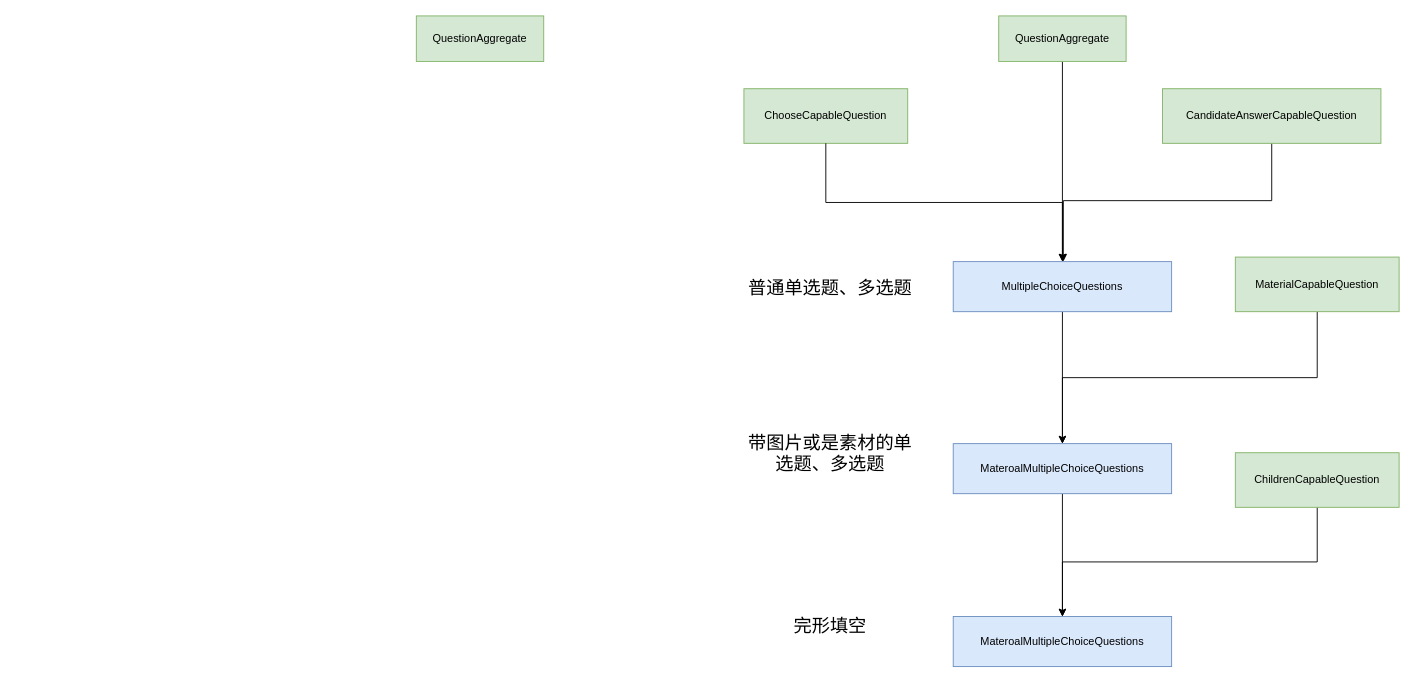
WochiB70/JavaLearningPlatform keeps this draw.io diagram as page "第 2 页" (2 of 2) of docs/DDD-example/考试系统DDD建模.drawio. Above is the earlier version. Source tidied: cells renumbered, new cells numbered last; positions are measured from the earlier drawing's top-left corner, leaving out a move shared by most shapes. Both pictures are drawn from the tidied source at 91%, with x=0, y=0 at pixel (416, 15).
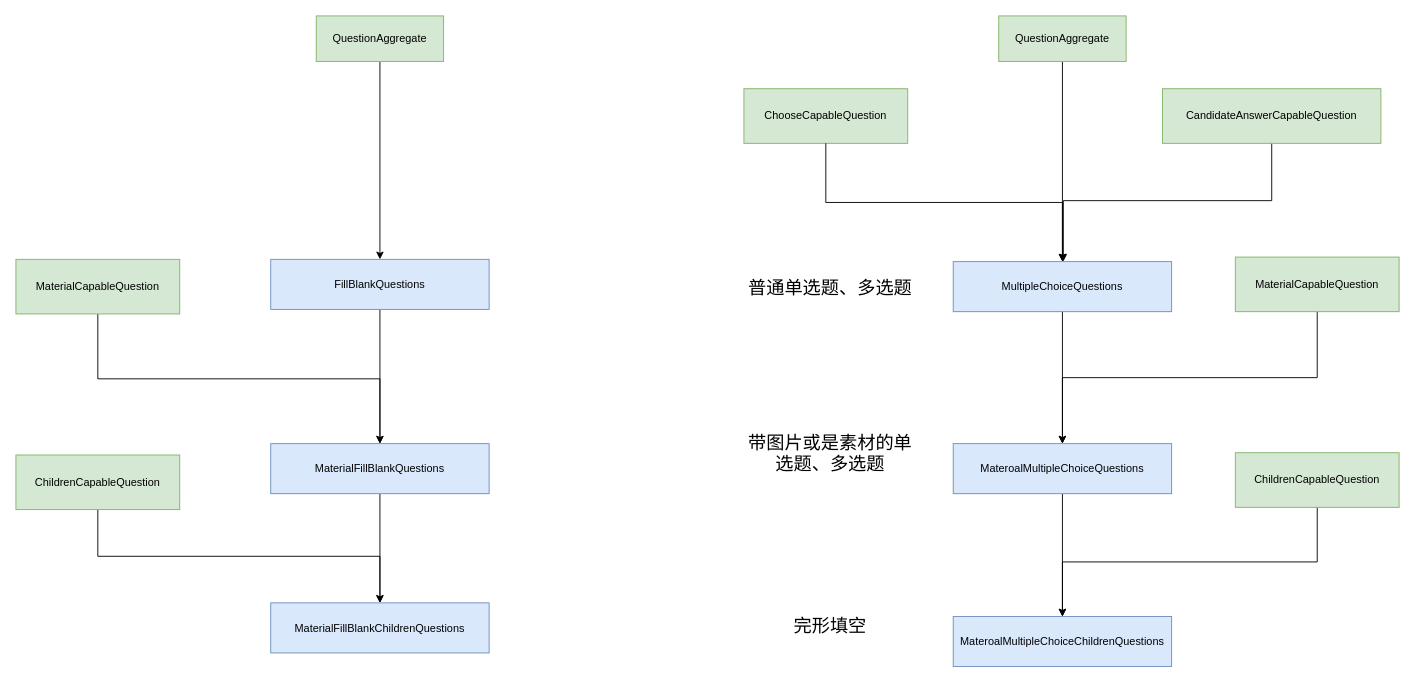
The same page after the edit.

Diff of the diagram source:
```diff
@@
-    <mxCell id="16" value="MateroalMultipleChoiceQuestions" style="html=1;whiteSpace=wrap;fillColor=#dae8fc;strokeColor=#6c8ebf;" parent="1" vertex="1">
+    <mxCell id="16" value="MateroalMultipleChoiceChildrenQuestions" style="html=1;whiteSpace=wrap;fillColor=#dae8fc;strokeColor=#6c8ebf;" parent="1" vertex="1">
       <mxGeometry x="590" y="660" width="240" height="55" as="geometry" />
     </mxCell>
@@
+    <mxCell id="21" style="edgeStyle=orthogonalEdgeStyle;rounded=0;jettySize=auto;html=1;" parent="1" edge="1" source="20" target="23">
+      <mxGeometry relative="1" as="geometry" />
+    </mxCell>
     <mxCell id="20" value="QuestionAggregate" style="html=1;whiteSpace=wrap;fillColor=#d5e8d4;strokeColor=#82b366;" parent="1" vertex="1">
-      <mxGeometry width="140" height="50" as="geometry" />
+      <mxGeometry x="-110" width="140" height="50" as="geometry" />
     </mxCell>
+    <mxCell id="22" style="edgeStyle=orthogonalEdgeStyle;rounded=0;jettySize=auto;html=1;" parent="1" edge="1" source="23" target="29">
+      <mxGeometry relative="1" as="geometry" />
+    </mxCell>
+    <mxCell id="23" value="FillBlankQuestions" style="html=1;whiteSpace=wrap;fillColor=#dae8fc;strokeColor=#6c8ebf;" parent="1" vertex="1">
+      <mxGeometry x="-160" y="267.5" width="240" height="55" as="geometry" />
+    </mxCell>
+    <mxCell id="24" style="edgeStyle=orthogonalEdgeStyle;rounded=0;jettySize=auto;html=1;exitX=0.5;exitY=1;exitDx=0;exitDy=0;entryX=0.5;entryY=0;entryDx=0;entryDy=0;" parent="1" edge="1" source="25" target="29">
+      <mxGeometry relative="1" as="geometry" />
+    </mxCell>
+    <mxCell id="25" value="MaterialCapableQuestion" style="html=1;whiteSpace=wrap;fillColor=#d5e8d4;strokeColor=#82b366;" parent="1" vertex="1">
+      <mxGeometry x="-440" y="267.5" width="180" height="60" as="geometry" />
+    </mxCell>
+    <mxCell id="26" style="edgeStyle=orthogonalEdgeStyle;rounded=0;jettySize=auto;html=1;exitX=0.5;exitY=1;exitDx=0;exitDy=0;entryX=0.5;entryY=0;entryDx=0;entryDy=0;" parent="1" edge="1" source="27" target="30">
+      <mxGeometry relative="1" as="geometry" />
+    </mxCell>
+    <mxCell id="27" value="ChildrenCapableQuestion" style="html=1;whiteSpace=wrap;fillColor=#d5e8d4;strokeColor=#82b366;" parent="1" vertex="1">
+      <mxGeometry x="-440" y="482.5" width="180" height="60" as="geometry" />
+    </mxCell>
+    <mxCell id="28" style="edgeStyle=orthogonalEdgeStyle;rounded=0;jettySize=auto;html=1;" parent="1" edge="1" source="29" target="30">
+      <mxGeometry relative="1" as="geometry" />
+    </mxCell>
+    <mxCell id="29" value="MaterialFillBlankQuestions" style="html=1;whiteSpace=wrap;fillColor=#dae8fc;strokeColor=#6c8ebf;" parent="1" vertex="1">
+      <mxGeometry x="-160" y="470" width="240" height="55" as="geometry" />
+    </mxCell>
+    <mxCell id="30" value="MaterialFillBlankChildrenQuestions" style="html=1;whiteSpace=wrap;fillColor=#dae8fc;strokeColor=#6c8ebf;" parent="1" vertex="1">
+      <mxGeometry x="-160" y="645" width="240" height="55" as="geometry" />
+    </mxCell>
```
